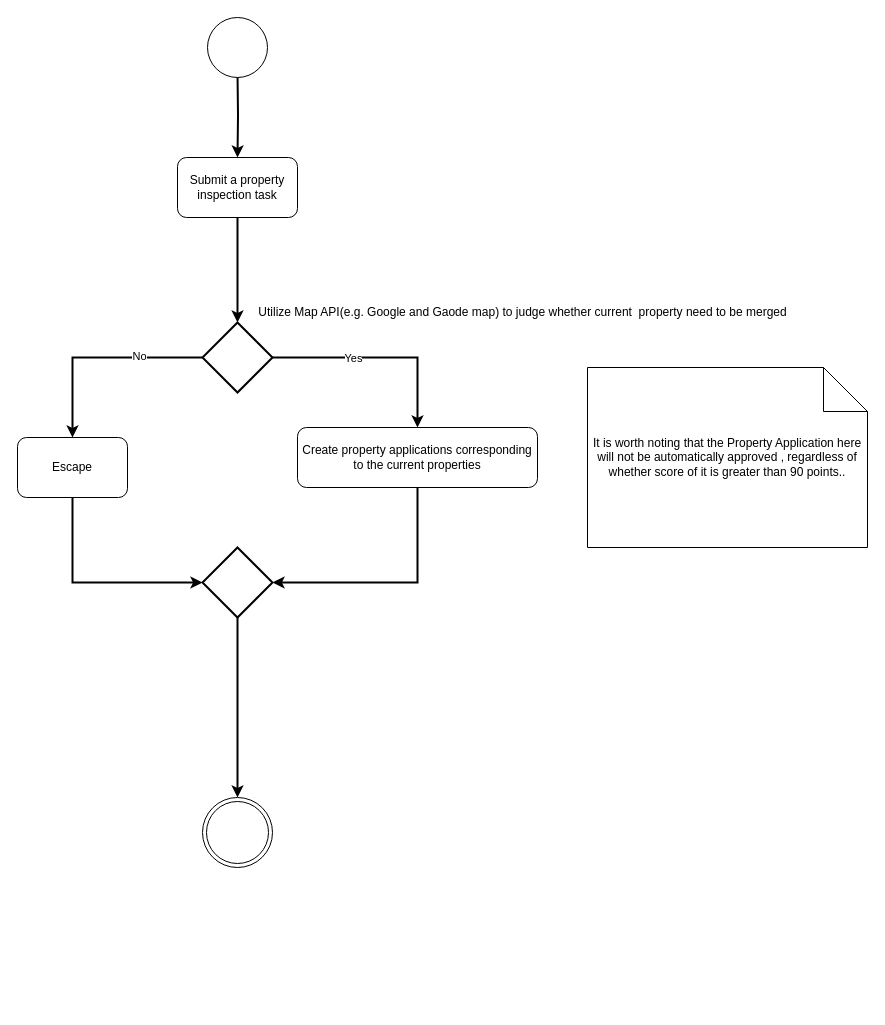
The draw.io diagram gpd.drawio in maoqifan1/drawio, before the edit. Source tidied: cells renumbered, new cells numbered last; positions are measured from the earlier drawing's top-left corner, leaving out a move shared by most shapes. Both pictures are drawn from the tidied source at 100%, with x=0, y=0 at pixel (17, 17).
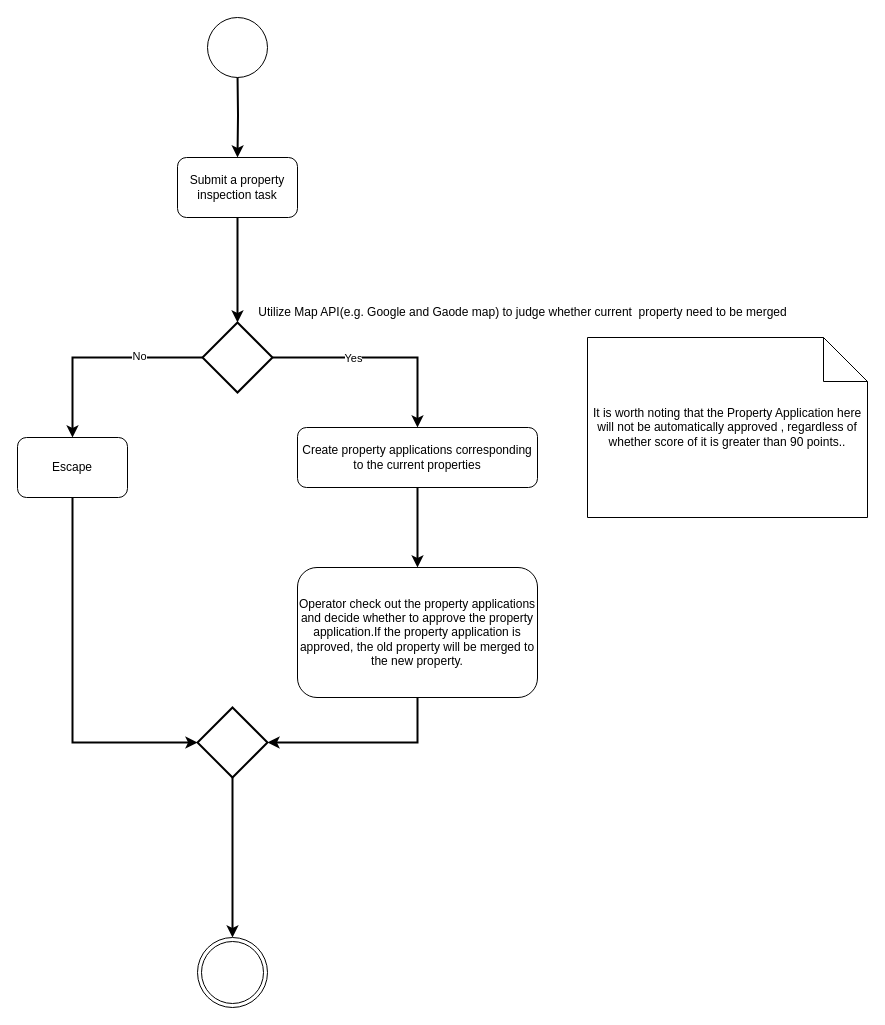
After the change.

The change refers to these unchanged cells:
```xml
<mxCell id="14" value="Create property applications corresponding to the current properties" style="rounded=1;whiteSpace=wrap;html=1;" parent="1" vertex="1">
  <mxGeometry x="280" y="410" width="240" height="60" as="geometry" />
</mxCell>
```

Diff of the diagram source:
```diff
@@
-    <mxCell id="13" style="edgeStyle=orthogonalEdgeStyle;rounded=0;jettySize=auto;html=1;exitX=0.5;exitY=1;exitDx=0;exitDy=0;entryX=1;entryY=0.5;entryDx=0;entryDy=0;entryPerimeter=0;strokeWidth=2;" parent="1" edge="1" source="14" target="18">
-      <mxGeometry relative="1" as="geometry" />
-    </mxCell>
+    <mxCell id="20" style="edgeStyle=orthogonalEdgeStyle;rounded=0;jettySize=auto;html=1;exitX=0.5;exitY=1;exitDx=0;exitDy=0;entryX=0.5;entryY=0;entryDx=0;entryDy=0;strokeWidth=2;" parent="1" edge="1" source="14" target="21">
+      <mxGeometry relative="1" as="geometry" />
+    </mxCell>
@@
     <mxCell id="15" style="ellipse;shape=doubleEllipse;whiteSpace=wrap;html=1;" parent="1" vertex="1">
-      <mxGeometry x="185" y="780" width="70" height="70" as="geometry" />
+      <mxGeometry x="180" y="920" width="70" height="70" as="geometry" />
     </mxCell>
@@
-    <mxCell id="17" style="edgeStyle=orthogonalEdgeStyle;rounded=0;jettySize=auto;html=1;exitX=0.5;exitY=1;exitDx=0;exitDy=0;exitPerimeter=0;entryX=0.5;entryY=0;entryDx=0;entryDy=0;strokeWidth=2;" parent="1" edge="1" source="18" target="15">
+    <mxCell id="17" style="edgeStyle=orthogonalEdgeStyle;rounded=0;jettySize=auto;html=1;exitX=0.5;exitY=1;exitDx=0;exitDy=0;exitPerimeter=0;strokeWidth=2;" parent="1" edge="1" source="18" target="15">
       <mxGeometry relative="1" as="geometry" />
     </mxCell>
     <mxCell id="18" style="strokeWidth=2;html=1;shape=mxgraph.flowchart.decision;whiteSpace=wrap;" parent="1" vertex="1">
-      <mxGeometry x="185" y="530" width="70" height="70" as="geometry" />
+      <mxGeometry x="180" y="690" width="70" height="70" as="geometry" />
     </mxCell>
     <mxCell id="19" value="It is worth noting that the Property Application here will not be automatically approved , regardless of whether score of it is greater than 90 points.." style="shape=note;size=44;whiteSpace=wrap;html=1;" parent="1" vertex="1">
-      <mxGeometry x="570" y="350" width="280" height="180" as="geometry" />
+      <mxGeometry x="570" y="320" width="280" height="180" as="geometry" />
     </mxCell>
+    <mxCell id="21" value="Operator check out the property applications and decide whether to approve the property application.If the property application is approved, the old property will be merged to the new property." style="rounded=1;whiteSpace=wrap;html=1;" parent="1" vertex="1">
+      <mxGeometry x="280" y="550" width="240" height="130" as="geometry" />
+    </mxCell>
+    <mxCell id="22" style="edgeStyle=orthogonalEdgeStyle;rounded=0;jettySize=auto;html=1;exitX=0.5;exitY=1;exitDx=0;exitDy=0;entryX=1;entryY=0.5;entryDx=0;entryDy=0;entryPerimeter=0;strokeWidth=2;" parent="1" edge="1" source="21" target="18">
+      <mxGeometry relative="1" as="geometry" />
+    </mxCell>
```
